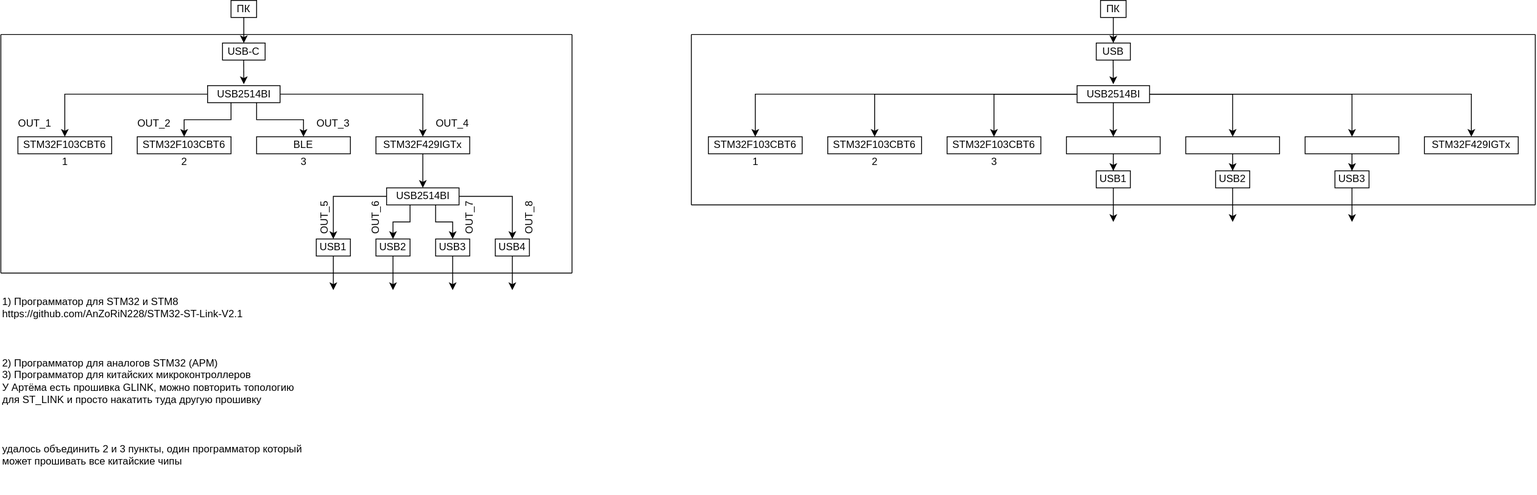
Andrianov-Daniil/Block_Diagram keeps this draw.io diagram as Блок схема.svg. Above is the earlier version. Source tidied: cells renumbered, new cells last; positions are measured from the earlier drawing's top-left corner, leaving out a move shared by most shapes.
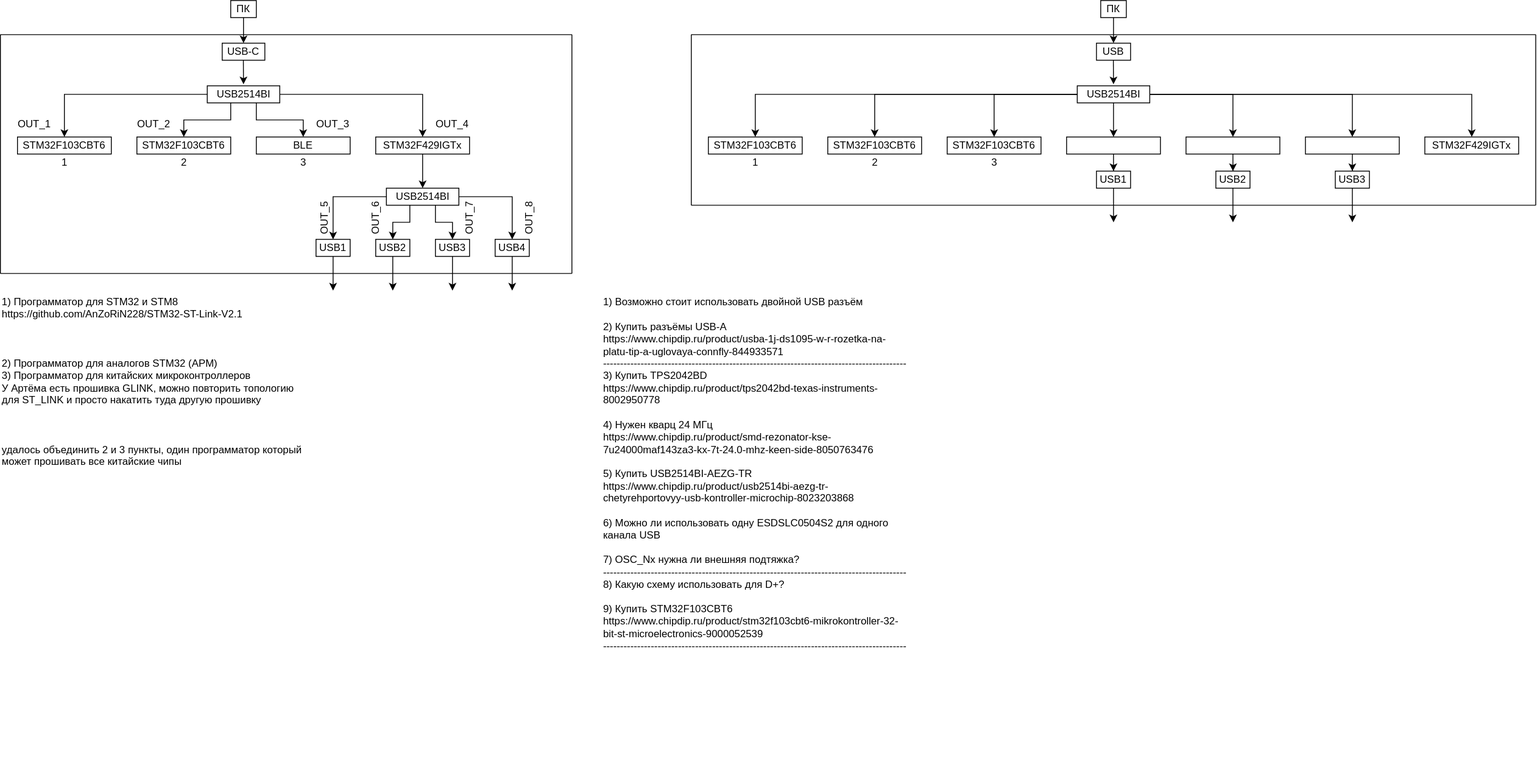
After the change.

Diff of the diagram source:
```diff
@@ -304,5 +304,11 @@
     <mxCell id="79" value="OUT_8" style="text;html=1;whiteSpace=wrap;strokeColor=none;fillColor=none;align=center;verticalAlign=middle;rounded=0;rotation=270;" parent="1" vertex="1">
       <mxGeometry x="600" y="250" width="40" height="10" as="geometry" />
     </mxCell>
+    <mxCell id="80" value="1) Возможно стоит использовать двойной USB разъём&lt;div&gt;&lt;br&gt;&lt;/div&gt;&lt;div&gt;2) Купить разъёмы USB-A&lt;br&gt;https://www.chipdip.ru/product/usba-1j-ds1095-w-r-rozetka-na-platu-tip-a-uglovaya-connfly-844933571&lt;/div&gt;&lt;div&gt;-----------------------------------------------------------------------------------------&lt;/div&gt;&lt;div&gt;&lt;span style=&quot;background-color: transparent;&quot;&gt;&lt;font style=&quot;color: rgb(0, 0, 0);&quot;&gt;&lt;font style=&quot;color: rgb(0, 0, 0);&quot;&gt;3) Купить&lt;/font&gt; &lt;/font&gt;TPS2042BD&lt;br&gt;https://www.chipdip.ru/product/tps2042bd-texas-instruments-8002950778&lt;/span&gt;&lt;/div&gt;&lt;div&gt;&lt;br&gt;&lt;/div&gt;&lt;div&gt;4) Нужен кварц 24 МГц&lt;br&gt;&lt;span style=&quot;background-color: transparent; color: light-dark(rgb(0, 0, 0), rgb(255, 255, 255));&quot;&gt;https://www.chipdip.ru/product/smd-rezonator-kse-7u24000maf143za3-kx-7t-24.0-mhz-keen-side-8050763476&lt;br&gt;&lt;br&gt;5) Купить&amp;nbsp;&lt;/span&gt;&lt;span style=&quot;background-color: transparent;&quot;&gt;USB2514BI-AEZG-TR&lt;br&gt;https://www.chipdip.ru/product/usb2514bi-aezg-tr-chetyrehportovyy-usb-kontroller-microchip-8023203868&lt;br&gt;&lt;br&gt;6) Можно ли использовать одну&amp;nbsp;&lt;/span&gt;&lt;span style=&quot;background-color: transparent;&quot;&gt;ESDSLC0504S2 для одного канала USB&lt;br&gt;&lt;br&gt;7) OSC_Nx нужна ли внешняя подтяжка?&amp;nbsp;&lt;/span&gt;&lt;/div&gt;&lt;div&gt;-----------------------------------------------------------------------------------------&lt;/div&gt;&lt;div&gt;8) Какую схему использовать для D+?&lt;/div&gt;&lt;div&gt;&lt;br&gt;&lt;/div&gt;&lt;div&gt;9) Купить&amp;nbsp;STM32F103CBT6&lt;/div&gt;&lt;div&gt;https://www.chipdip.ru/product/stm32f103cbt6-mikrokontroller-32-bit-st-microelectronics-9000052539&lt;br&gt;-----------------------------------------------------------------------------------------&lt;/div&gt;&lt;div&gt;&lt;br&gt;&lt;/div&gt;" style="text;html=1;whiteSpace=wrap;strokeColor=none;fillColor=none;align=left;verticalAlign=top;rounded=0;rotation=0;" parent="1" vertex="1">
+      <mxGeometry x="705" y="340" width="360" height="550" as="geometry" />
+    </mxCell>
+    <mxCell id="81" style="edgeStyle=orthogonalEdgeStyle;rounded=0;orthogonalLoop=1;jettySize=auto;html=1;exitX=0.5;exitY=1;exitDx=0;exitDy=0;" parent="1" edge="1" source="80" target="80">
+      <mxGeometry relative="1" as="geometry" />
+    </mxCell>
   </root>
 </mxGraphModel>
```
